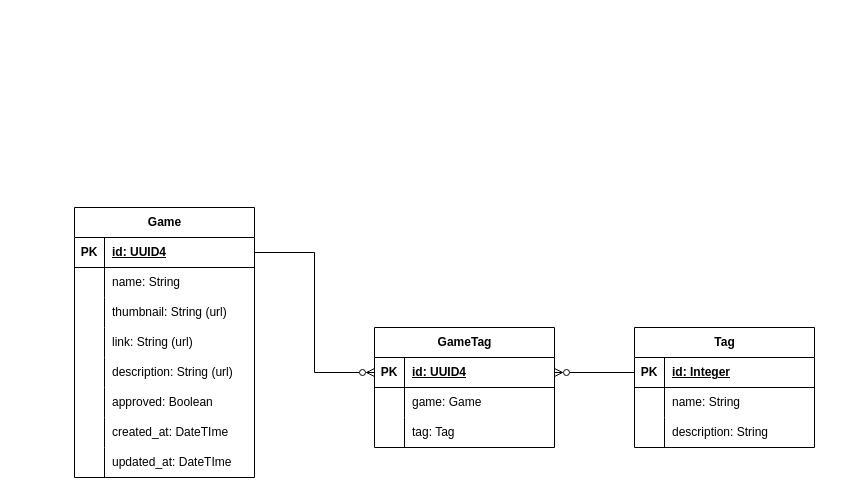
Earlier version of the draw.io diagram artifacts/GMC-Gallery-Schema.drawio (unimelb-game-makers/gmc-website). Source tidied: cells renumbered, new cells numbered last; positions are measured from the earlier drawing's top-left corner, leaving out a move shared by most shapes. Both pictures are drawn from the tidied source at 100%, with x=0, y=0 at pixel (74, 207).
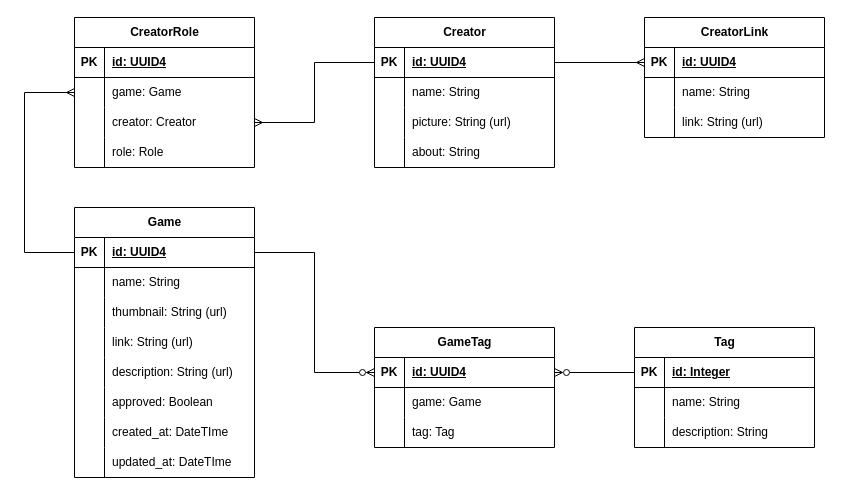
The same page after the edit.

The change refers to these unchanged cells:
```xml
<mxCell id="3" style="shape=tableRow;horizontal=0;startSize=0;swimlaneHead=0;swimlaneBody=0;fillColor=none;points=[[0,0.5],[1,0.5]];portConstraint=eastwest;top=0;left=0;right=0;bottom=1;" parent="2" vertex="1">
  <mxGeometry y="30" width="180" height="30" as="geometry" />
</mxCell>
```

Diff of the diagram source:
```diff
@@
+    <mxCell id="49" value="Creator" style="shape=table;startSize=30;childLayout=tableLayout;rowLines=0;fontStyle=1;align=center;html=1;" parent="1" vertex="1">
+      <mxGeometry x="300" y="-190" width="180" height="150" as="geometry" />
+    </mxCell>
+    <mxCell id="50" style="shape=tableRow;horizontal=0;startSize=0;swimlaneHead=0;swimlaneBody=0;fillColor=none;points=[[0,0.5],[1,0.5]];portConstraint=eastwest;top=0;left=0;right=0;bottom=1;" parent="49" vertex="1">
+      <mxGeometry y="30" width="180" height="30" as="geometry" />
+    </mxCell>
+    <mxCell id="51" value="PK" style="shape=partialRectangle;fillColor=none;top=0;left=0;bottom=0;right=0;fontStyle=1;overflow=hidden;whiteSpace=wrap;html=1;" parent="50" vertex="1">
+      <mxGeometry width="30" height="30" as="geometry" />
+    </mxCell>
+    <mxCell id="52" value="id: UUID4" style="shape=partialRectangle;fillColor=none;top=0;left=0;bottom=0;right=0;align=left;spacingLeft=6;fontStyle=5;overflow=hidden;whiteSpace=wrap;html=1;" parent="50" vertex="1">
+      <mxGeometry x="30" width="150" height="30" as="geometry" />
+    </mxCell>
+    <mxCell id="53" style="shape=tableRow;horizontal=0;startSize=0;swimlaneHead=0;swimlaneBody=0;fillColor=none;top=0;left=0;right=0;bottom=0;" parent="49" vertex="1">
+      <mxGeometry y="60" width="180" height="30" as="geometry" />
+    </mxCell>
+    <mxCell id="54" style="shape=partialRectangle;fillColor=none;top=0;left=0;bottom=0;right=0;overflow=hidden;whiteSpace=wrap;html=1;" parent="53" vertex="1">
+      <mxGeometry width="30" height="30" as="geometry" />
+    </mxCell>
+    <mxCell id="55" value="name: String" style="shape=partialRectangle;fillColor=none;top=0;left=0;bottom=0;right=0;align=left;spacingLeft=6;overflow=hidden;whiteSpace=wrap;html=1;" parent="53" vertex="1">
+      <mxGeometry x="30" width="150" height="30" as="geometry" />
+    </mxCell>
+    <mxCell id="56" style="shape=tableRow;horizontal=0;startSize=0;swimlaneHead=0;swimlaneBody=0;fillColor=none;top=0;left=0;right=0;bottom=0;" parent="49" vertex="1">
+      <mxGeometry y="90" width="180" height="30" as="geometry" />
+    </mxCell>
+    <mxCell id="57" style="shape=partialRectangle;fillColor=none;top=0;left=0;bottom=0;right=0;overflow=hidden;whiteSpace=wrap;html=1;" parent="56" vertex="1">
+      <mxGeometry width="30" height="30" as="geometry" />
+    </mxCell>
+    <mxCell id="58" value="picture: String (url)" style="shape=partialRectangle;fillColor=none;top=0;left=0;bottom=0;right=0;align=left;spacingLeft=6;overflow=hidden;whiteSpace=wrap;html=1;" parent="56" vertex="1">
+      <mxGeometry x="30" width="150" height="30" as="geometry" />
+    </mxCell>
+    <mxCell id="59" style="shape=tableRow;horizontal=0;startSize=0;swimlaneHead=0;swimlaneBody=0;fillColor=none;top=0;left=0;right=0;bottom=0;" parent="49" vertex="1">
+      <mxGeometry y="120" width="180" height="30" as="geometry" />
+    </mxCell>
+    <mxCell id="60" style="shape=partialRectangle;fillColor=none;top=0;left=0;bottom=0;right=0;overflow=hidden;whiteSpace=wrap;html=1;" parent="59" vertex="1">
+      <mxGeometry width="30" height="30" as="geometry" />
+    </mxCell>
+    <mxCell id="61" value="about: String" style="shape=partialRectangle;fillColor=none;top=0;left=0;bottom=0;right=0;align=left;spacingLeft=6;overflow=hidden;whiteSpace=wrap;html=1;" parent="59" vertex="1">
+      <mxGeometry x="30" width="150" height="30" as="geometry" />
+    </mxCell>
+    <mxCell id="62" value="CreatorRole" style="shape=table;startSize=30;childLayout=tableLayout;rowLines=0;fontStyle=1;align=center;html=1;" parent="1" vertex="1">
+      <mxGeometry y="-190" width="180" height="150" as="geometry" />
+    </mxCell>
+    <mxCell id="63" style="shape=tableRow;horizontal=0;startSize=0;swimlaneHead=0;swimlaneBody=0;fillColor=none;top=0;left=0;right=0;bottom=1;" parent="62" vertex="1">
+      <mxGeometry y="30" width="180" height="30" as="geometry" />
+    </mxCell>
+    <mxCell id="64" value="PK" style="shape=partialRectangle;fillColor=none;top=0;left=0;bottom=0;right=0;fontStyle=1;overflow=hidden;whiteSpace=wrap;html=1;" parent="63" vertex="1">
+      <mxGeometry width="30" height="30" as="geometry" />
+    </mxCell>
+    <mxCell id="65" value="id: UUID4" style="shape=partialRectangle;fillColor=none;top=0;left=0;bottom=0;right=0;align=left;spacingLeft=6;fontStyle=5;overflow=hidden;whiteSpace=wrap;html=1;" parent="63" vertex="1">
+      <mxGeometry x="30" width="150" height="30" as="geometry" />
+    </mxCell>
+    <mxCell id="66" style="shape=tableRow;horizontal=0;startSize=0;swimlaneHead=0;swimlaneBody=0;fillColor=none;points=[[0,0.5],[1,0.5]];portConstraint=eastwest;top=0;left=0;right=0;bottom=0;" parent="62" vertex="1">
+      <mxGeometry y="60" width="180" height="30" as="geometry" />
+    </mxCell>
+    <mxCell id="67" style="shape=partialRectangle;fillColor=none;top=0;left=0;bottom=0;right=0;overflow=hidden;whiteSpace=wrap;html=1;" parent="66" vertex="1">
+      <mxGeometry width="30" height="30" as="geometry" />
+    </mxCell>
+    <mxCell id="68" value="game: Game" style="shape=partialRectangle;fillColor=none;top=0;left=0;bottom=0;right=0;align=left;spacingLeft=6;overflow=hidden;whiteSpace=wrap;html=1;" parent="66" vertex="1">
+      <mxGeometry x="30" width="150" height="30" as="geometry" />
+    </mxCell>
+    <mxCell id="69" style="shape=tableRow;horizontal=0;startSize=0;swimlaneHead=0;swimlaneBody=0;fillColor=none;points=[[0,0.5],[1,0.5]];portConstraint=eastwest;top=0;left=0;right=0;bottom=0;" parent="62" vertex="1">
+      <mxGeometry y="90" width="180" height="30" as="geometry" />
+    </mxCell>
+    <mxCell id="70" style="shape=partialRectangle;fillColor=none;top=0;left=0;bottom=0;right=0;overflow=hidden;whiteSpace=wrap;html=1;" parent="69" vertex="1">
+      <mxGeometry width="30" height="30" as="geometry" />
+    </mxCell>
+    <mxCell id="71" value="creator: Creator" style="shape=partialRectangle;fillColor=none;top=0;left=0;bottom=0;right=0;align=left;spacingLeft=6;overflow=hidden;whiteSpace=wrap;html=1;" parent="69" vertex="1">
+      <mxGeometry x="30" width="150" height="30" as="geometry" />
+    </mxCell>
+    <mxCell id="72" style="shape=tableRow;horizontal=0;startSize=0;swimlaneHead=0;swimlaneBody=0;fillColor=none;top=0;left=0;right=0;bottom=0;" parent="62" vertex="1">
+      <mxGeometry y="120" width="180" height="30" as="geometry" />
+    </mxCell>
+    <mxCell id="73" style="shape=partialRectangle;fillColor=none;top=0;left=0;bottom=0;right=0;overflow=hidden;whiteSpace=wrap;html=1;" parent="72" vertex="1">
+      <mxGeometry width="30" height="30" as="geometry" />
+    </mxCell>
+    <mxCell id="74" value="role: Role" style="shape=partialRectangle;fillColor=none;top=0;left=0;bottom=0;right=0;align=left;spacingLeft=6;overflow=hidden;whiteSpace=wrap;html=1;" parent="72" vertex="1">
+      <mxGeometry x="30" width="150" height="30" as="geometry" />
+    </mxCell>
+    <mxCell id="75" style="edgeStyle=orthogonalEdgeStyle;rounded=0;jettySize=auto;html=1;exitX=1;exitY=0.5;exitDx=0;exitDy=0;entryX=0;entryY=0.5;entryDx=0;entryDy=0;endArrow=none;endFill=0;startArrow=ERmany;startFill=0;" parent="1" edge="1" source="69" target="50">
+      <mxGeometry relative="1" as="geometry" />
+    </mxCell>
+    <mxCell id="76" style="edgeStyle=orthogonalEdgeStyle;rounded=0;jettySize=auto;html=1;exitX=0;exitY=0.5;exitDx=0;exitDy=0;entryX=0;entryY=0.5;entryDx=0;entryDy=0;endArrow=none;endFill=0;startArrow=ERmany;startFill=0;" parent="1" edge="1" source="66" target="3">
+      <mxGeometry relative="1" as="geometry">
+        <Array as="points">
+          <mxPoint x="-50" y="-115" />
+          <mxPoint x="-50" y="45" />
+        </Array>
+      </mxGeometry>
+    </mxCell>
+    <mxCell id="77" value="CreatorLink" style="shape=table;startSize=30;childLayout=tableLayout;rowLines=0;fontStyle=1;align=center;html=1;" parent="1" vertex="1">
+      <mxGeometry x="570" y="-190" width="180" height="120" as="geometry" />
+    </mxCell>
+    <mxCell id="78" style="shape=tableRow;horizontal=0;startSize=0;swimlaneHead=0;swimlaneBody=0;fillColor=none;points=[[0,0.5],[1,0.5]];portConstraint=eastwest;top=0;left=0;right=0;bottom=1;" parent="77" vertex="1">
+      <mxGeometry y="30" width="180" height="30" as="geometry" />
+    </mxCell>
+    <mxCell id="79" value="PK" style="shape=partialRectangle;fillColor=none;top=0;left=0;bottom=0;right=0;fontStyle=1;overflow=hidden;whiteSpace=wrap;html=1;" parent="78" vertex="1">
+      <mxGeometry width="30" height="30" as="geometry" />
+    </mxCell>
+    <mxCell id="80" value="id: UUID4" style="shape=partialRectangle;fillColor=none;top=0;left=0;bottom=0;right=0;align=left;spacingLeft=6;fontStyle=5;overflow=hidden;whiteSpace=wrap;html=1;" parent="78" vertex="1">
+      <mxGeometry x="30" width="150" height="30" as="geometry" />
+    </mxCell>
+    <mxCell id="81" style="shape=tableRow;horizontal=0;startSize=0;swimlaneHead=0;swimlaneBody=0;fillColor=none;top=0;left=0;right=0;bottom=0;" parent="77" vertex="1">
+      <mxGeometry y="60" width="180" height="30" as="geometry" />
+    </mxCell>
+    <mxCell id="82" style="shape=partialRectangle;fillColor=none;top=0;left=0;bottom=0;right=0;overflow=hidden;whiteSpace=wrap;html=1;" parent="81" vertex="1">
+      <mxGeometry width="30" height="30" as="geometry" />
+    </mxCell>
+    <mxCell id="83" value="name: String" style="shape=partialRectangle;fillColor=none;top=0;left=0;bottom=0;right=0;align=left;spacingLeft=6;overflow=hidden;whiteSpace=wrap;html=1;" parent="81" vertex="1">
+      <mxGeometry x="30" width="150" height="30" as="geometry" />
+    </mxCell>
+    <mxCell id="84" style="shape=tableRow;horizontal=0;startSize=0;swimlaneHead=0;swimlaneBody=0;fillColor=none;top=0;left=0;right=0;bottom=0;" parent="77" vertex="1">
+      <mxGeometry y="90" width="180" height="30" as="geometry" />
+    </mxCell>
+    <mxCell id="85" style="shape=partialRectangle;fillColor=none;top=0;left=0;bottom=0;right=0;overflow=hidden;whiteSpace=wrap;html=1;" parent="84" vertex="1">
+      <mxGeometry width="30" height="30" as="geometry" />
+    </mxCell>
+    <mxCell id="86" value="link: String (url)" style="shape=partialRectangle;fillColor=none;top=0;left=0;bottom=0;right=0;align=left;spacingLeft=6;overflow=hidden;whiteSpace=wrap;html=1;" parent="84" vertex="1">
+      <mxGeometry x="30" width="150" height="30" as="geometry" />
+    </mxCell>
+    <mxCell id="87" style="edgeStyle=orthogonalEdgeStyle;rounded=0;jettySize=auto;html=1;exitX=1;exitY=0.5;exitDx=0;exitDy=0;entryX=0;entryY=0.5;entryDx=0;entryDy=0;endArrow=ERmany;endFill=0;" parent="1" edge="1" source="50" target="78">
+      <mxGeometry relative="1" as="geometry" />
+    </mxCell>
```
